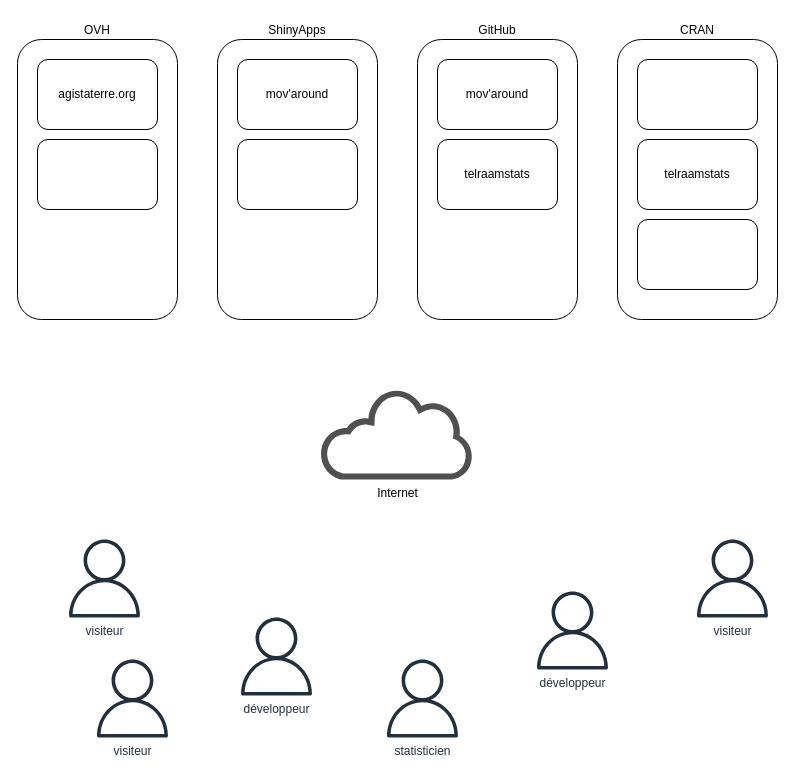
timlegrand/attarchi keeps this draw.io diagram as Diagramme sans nom.drawio. Above is the earlier version. Source tidied: cells renumbered, new cells numbered last; positions are measured from the earlier drawing's top-left corner, leaving out a move shared by most shapes. Both pictures are drawn from the tidied source at 100%, with x=0, y=0 at pixel (17, 39).
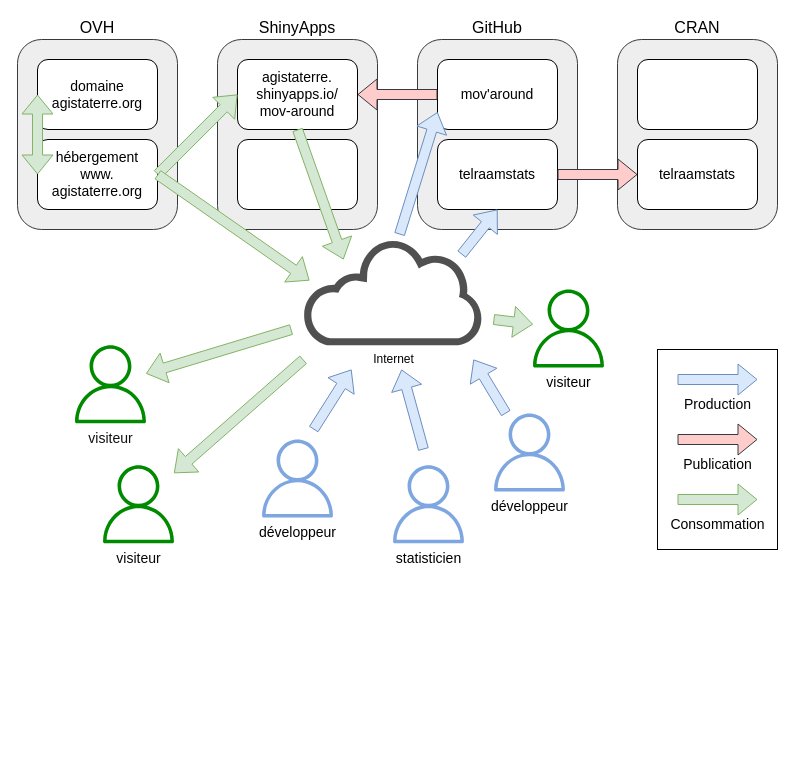
After the change.

Commit message:
Mettre à jour Diagramme sans nom.drawio

The edit, as a diff of the source:
```diff
@@
+    <mxCell id="22" style="rounded=0;whiteSpace=wrap;html=1;fillColor=none;" parent="1" vertex="1">
+      <mxGeometry x="640" y="310" width="120" height="200" as="geometry" />
+    </mxCell>
-    <mxCell id="2" value="CRAN" style="rounded=1;whiteSpace=wrap;html=1;labelPosition=center;verticalLabelPosition=top;align=center;verticalAlign=bottom;" parent="1" vertex="1">
-      <mxGeometry x="600" width="160" height="280" as="geometry" />
+    <mxCell id="2" value="CRAN" style="rounded=1;whiteSpace=wrap;html=1;labelPosition=center;verticalLabelPosition=top;align=center;verticalAlign=bottom;fillColor=#eeeeee;strokeColor=#36393d;fontSize=16;" parent="1" vertex="1">
+      <mxGeometry x="600" width="160" height="190" as="geometry" />
     </mxCell>
     <mxCell id="3" value="Internet" style="sketch=0;shadow=0;dashed=0;html=1;strokeColor=none;fillColor=#505050;labelPosition=center;verticalLabelPosition=bottom;verticalAlign=top;align=center;shape=mxgraph.office.clouds.cloud;" parent="1" vertex="1">
-      <mxGeometry x="303" y="350" width="153.8" height="90" as="geometry" />
+      <mxGeometry x="286" y="200" width="180.8" height="105.8" as="geometry" />
     </mxCell>
@@
-    <mxCell id="5" value="telraamstats" style="rounded=1;whiteSpace=wrap;html=1;" parent="1" vertex="1">
+    <mxCell id="5" value="telraamstats" style="rounded=1;whiteSpace=wrap;html=1;fontSize=14;" parent="1" vertex="1">
       <mxGeometry x="620" y="100" width="120" height="70" as="geometry" />
     </mxCell>
-    <mxCell id="6" value="GitHub" style="rounded=1;whiteSpace=wrap;html=1;labelPosition=center;verticalLabelPosition=top;align=center;verticalAlign=bottom;" parent="1" vertex="1">
-      <mxGeometry x="400" width="160" height="280" as="geometry" />
+    <mxCell id="6" value="GitHub" style="rounded=1;whiteSpace=wrap;html=1;labelPosition=center;verticalLabelPosition=top;align=center;verticalAlign=bottom;fillColor=#eeeeee;strokeColor=#36393d;fontSize=16;" parent="1" vertex="1">
+      <mxGeometry x="400" width="160" height="190" as="geometry" />
     </mxCell>
-    <mxCell id="7" value="mov'around" style="rounded=1;whiteSpace=wrap;html=1;" parent="1" vertex="1">
+    <mxCell id="7" value="mov'around" style="rounded=1;whiteSpace=wrap;html=1;fontSize=14;" parent="1" vertex="1">
       <mxGeometry x="420" y="20" width="120" height="70" as="geometry" />
     </mxCell>
-    <mxCell id="8" value="telraamstats" style="rounded=1;whiteSpace=wrap;html=1;" parent="1" vertex="1">
+    <mxCell id="8" value="telraamstats" style="rounded=1;whiteSpace=wrap;html=1;fontSize=14;" parent="1" vertex="1">
       <mxGeometry x="420" y="100" width="120" height="70" as="geometry" />
     </mxCell>
-    <mxCell id="9" value="ShinyApps" style="rounded=1;whiteSpace=wrap;html=1;labelPosition=center;verticalLabelPosition=top;align=center;verticalAlign=bottom;" parent="1" vertex="1">
-      <mxGeometry x="200" width="160" height="280" as="geometry" />
+    <mxCell id="9" value="ShinyApps" style="rounded=1;whiteSpace=wrap;html=1;labelPosition=center;verticalLabelPosition=top;align=center;verticalAlign=bottom;fillColor=#eeeeee;strokeColor=#36393d;fontSize=16;" parent="1" vertex="1">
+      <mxGeometry x="200" width="160" height="190" as="geometry" />
     </mxCell>
-    <mxCell id="10" value="mov'around" style="rounded=1;whiteSpace=wrap;html=1;" parent="1" vertex="1">
+    <mxCell id="10" value="agistaterre.&lt;br&gt;shinyapps.io/&lt;br&gt;mov-around" style="rounded=1;whiteSpace=wrap;html=1;fontSize=14;" parent="1" vertex="1">
       <mxGeometry x="220" y="20" width="120" height="70" as="geometry" />
     </mxCell>
-    <mxCell id="11" style="rounded=1;whiteSpace=wrap;html=1;" parent="1" vertex="1">
+    <mxCell id="11" style="rounded=1;whiteSpace=wrap;html=1;fontSize=14;" parent="1" vertex="1">
       <mxGeometry x="220" y="100" width="120" height="70" as="geometry" />
     </mxCell>
-    <mxCell id="12" style="rounded=1;whiteSpace=wrap;html=1;" parent="1" vertex="1">
-      <mxGeometry x="620" y="180" width="120" height="70" as="geometry" />
-    </mxCell>
-    <mxCell id="13" value="OVH" style="rounded=1;whiteSpace=wrap;html=1;labelPosition=center;verticalLabelPosition=top;align=center;verticalAlign=bottom;" parent="1" vertex="1">
-      <mxGeometry width="160" height="280" as="geometry" />
+    <mxCell id="13" value="OVH" style="rounded=1;whiteSpace=wrap;html=1;labelPosition=center;verticalLabelPosition=top;align=center;verticalAlign=bottom;fillColor=#eeeeee;strokeColor=#36393d;fontSize=16;" parent="1" vertex="1">
+      <mxGeometry width="160" height="190" as="geometry" />
     </mxCell>
-    <mxCell id="14" value="agistaterre.org" style="rounded=1;whiteSpace=wrap;html=1;" parent="1" vertex="1">
+    <mxCell id="14" value="domaine&lt;br&gt;agistaterre.org" style="rounded=1;whiteSpace=wrap;html=1;fontSize=14;" parent="1" vertex="1">
       <mxGeometry x="20" y="20" width="120" height="70" as="geometry" />
     </mxCell>
-    <mxCell id="15" style="rounded=1;whiteSpace=wrap;html=1;" parent="1" vertex="1">
+    <mxCell id="15" value="hébergement&lt;br&gt;www.&lt;br&gt;agistaterre.org" style="rounded=1;whiteSpace=wrap;html=1;fontSize=14;" parent="1" vertex="1">
       <mxGeometry x="20" y="100" width="120" height="70" as="geometry" />
     </mxCell>
-    <mxCell id="16" value="visiteur" style="sketch=0;outlineConnect=0;fontColor=#232F3E;gradientColor=none;fillColor=#232F3D;strokeColor=none;dashed=0;verticalLabelPosition=bottom;verticalAlign=top;align=center;html=1;fontSize=12;fontStyle=0;shape=mxgraph.aws4.user;" parent="1" vertex="1">
-      <mxGeometry x="48" y="500" width="78" height="78" as="geometry" />
+    <mxCell id="16" value="visiteur" style="sketch=0;outlineConnect=0;fillColor=#008a00;strokeColor=#005700;dashed=0;verticalLabelPosition=bottom;verticalAlign=top;align=center;html=1;fontSize=14;fontStyle=0;shape=mxgraph.aws4.user;fontColor=#121212;" parent="1" vertex="1">
+      <mxGeometry x="54" y="305.8" width="78" height="78" as="geometry" />
     </mxCell>
-    <mxCell id="17" value="développeur" style="sketch=0;fontColor=#232F3E;gradientColor=none;fillColor=#232F3D;strokeColor=none;dashed=0;verticalLabelPosition=bottom;verticalAlign=top;align=center;html=1;fontSize=12;fontStyle=0;shape=mxgraph.aws4.user;" parent="1" vertex="1">
-      <mxGeometry x="220" y="578" width="78" height="78" as="geometry" />
+    <mxCell id="17" value="développeur" style="sketch=0;dashed=0;verticalLabelPosition=bottom;verticalAlign=top;align=center;html=1;fontSize=14;fontStyle=0;shape=mxgraph.aws4.user;fillColor=#7EA6E0;strokeColor=#6c8ebf;" parent="1" vertex="1">
+      <mxGeometry x="241" y="400" width="78" height="78" as="geometry" />
     </mxCell>
-    <mxCell id="18" value="visiteur" style="sketch=0;outlineConnect=0;fontColor=#232F3E;gradientColor=none;fillColor=#232F3D;strokeColor=none;dashed=0;verticalLabelPosition=bottom;verticalAlign=top;align=center;html=1;fontSize=12;fontStyle=0;shape=mxgraph.aws4.user;" parent="1" vertex="1">
-      <mxGeometry x="76" y="620" width="78" height="78" as="geometry" />
+    <mxCell id="18" value="visiteur" style="sketch=0;outlineConnect=0;fillColor=#008a00;strokeColor=#005700;dashed=0;verticalLabelPosition=bottom;verticalAlign=top;align=center;html=1;fontSize=14;fontStyle=0;shape=mxgraph.aws4.user;fontColor=#080808;" parent="1" vertex="1">
+      <mxGeometry x="82" y="425.8" width="78" height="78" as="geometry" />
     </mxCell>
-    <mxCell id="19" value="statisticien" style="sketch=0;fontColor=#232F3E;gradientColor=none;fillColor=#232F3D;strokeColor=none;dashed=0;verticalLabelPosition=bottom;verticalAlign=top;align=center;html=1;fontSize=12;fontStyle=0;shape=mxgraph.aws4.user;" parent="1" vertex="1">
-      <mxGeometry x="366" y="620" width="78" height="78" as="geometry" />
+    <mxCell id="19" value="statisticien" style="sketch=0;dashed=0;verticalLabelPosition=bottom;verticalAlign=top;align=center;html=1;fontSize=14;fontStyle=0;shape=mxgraph.aws4.user;fillColor=#7EA6E0;strokeColor=#6c8ebf;" parent="1" vertex="1">
+      <mxGeometry x="372" y="425.8" width="78" height="78" as="geometry" />
     </mxCell>
-    <mxCell id="20" value="développeur" style="sketch=0;outlineConnect=0;fontColor=#232F3E;gradientColor=none;fillColor=#232F3D;strokeColor=none;dashed=0;verticalLabelPosition=bottom;verticalAlign=top;align=center;html=1;fontSize=12;fontStyle=0;shape=mxgraph.aws4.user;" parent="1" vertex="1">
-      <mxGeometry x="516" y="552" width="78" height="78" as="geometry" />
+    <mxCell id="20" value="développeur" style="sketch=0;outlineConnect=0;dashed=0;verticalLabelPosition=bottom;verticalAlign=top;align=center;html=1;fontSize=14;fontStyle=0;shape=mxgraph.aws4.user;fillColor=#7EA6E0;strokeWidth=1;shadow=0;strokeColor=#6c8ebf;" parent="1" vertex="1">
+      <mxGeometry x="473" y="374" width="78" height="78" as="geometry" />
     </mxCell>
-    <mxCell id="21" value="visiteur" style="sketch=0;outlineConnect=0;fontColor=#232F3E;gradientColor=none;fillColor=#232F3D;strokeColor=none;dashed=0;verticalLabelPosition=bottom;verticalAlign=top;align=center;html=1;fontSize=12;fontStyle=0;shape=mxgraph.aws4.user;" parent="1" vertex="1">
-      <mxGeometry x="676" y="500" width="78" height="78" as="geometry" />
+    <mxCell id="21" value="visiteur" style="sketch=0;outlineConnect=0;fillColor=#008a00;strokeColor=#005700;dashed=0;verticalLabelPosition=bottom;verticalAlign=top;align=center;html=1;fontSize=14;fontStyle=0;shape=mxgraph.aws4.user;fontColor=#000000;" parent="1" vertex="1">
+      <mxGeometry x="512" y="250" width="78" height="78" as="geometry" />
     </mxCell>
+    <mxCell id="23" style="shape=flexArrow;endArrow=classic;html=1;rounded=0;exitX=0;exitY=0.5;exitDx=0;exitDy=0;entryX=1;entryY=0.5;entryDx=0;entryDy=0;fillColor=#ffcccc;strokeColor=#36393d;" parent="1" edge="1" source="7" target="10">
+      <mxGeometry relative="1" as="geometry" />
+    </mxCell>
+    <mxCell id="24" style="shape=flexArrow;endArrow=classic;html=1;rounded=0;fillColor=#dae8fc;strokeColor=#6c8ebf;fontSize=14;" parent="1" edge="1" source="20">
+      <mxGeometry relative="1" as="geometry">
+        <mxPoint x="456" y="320" as="targetPoint" />
+      </mxGeometry>
+    </mxCell>
+    <mxCell id="25" style="shape=flexArrow;endArrow=classic;html=1;rounded=0;fillColor=#dae8fc;strokeColor=#6c8ebf;fontSize=14;" parent="1" edge="1">
+      <mxGeometry relative="1" as="geometry">
+        <mxPoint x="296" y="390" as="sourcePoint" />
+        <mxPoint x="334" y="330" as="targetPoint" />
+      </mxGeometry>
+    </mxCell>
+    <mxCell id="26" style="shape=flexArrow;endArrow=classic;html=1;rounded=0;fillColor=#dae8fc;strokeColor=#6c8ebf;fontSize=14;" parent="1" edge="1">
+      <mxGeometry relative="1" as="geometry">
+        <mxPoint x="406" y="410" as="sourcePoint" />
+        <mxPoint x="384" y="330" as="targetPoint" />
+      </mxGeometry>
+    </mxCell>
+    <mxCell id="27" style="shape=flexArrow;endArrow=classic;html=1;rounded=0;fillColor=#dae8fc;strokeColor=#6c8ebf;entryX=0.5;entryY=1;entryDx=0;entryDy=0;" parent="1" edge="1" target="8">
+      <mxGeometry relative="1" as="geometry">
+        <mxPoint x="444" y="215" as="sourcePoint" />
+      </mxGeometry>
+    </mxCell>
+    <mxCell id="28" style="shape=flexArrow;endArrow=classic;html=1;rounded=0;fillColor=#dae8fc;strokeColor=#6c8ebf;entryX=0;entryY=0.75;entryDx=0;entryDy=0;" parent="1" edge="1" target="7">
+      <mxGeometry relative="1" as="geometry">
+        <mxPoint x="382" y="195" as="sourcePoint" />
+      </mxGeometry>
+    </mxCell>
+    <mxCell id="29" style="shape=flexArrow;endArrow=classic;html=1;rounded=0;exitX=0.5;exitY=1;exitDx=0;exitDy=0;fillColor=#d5e8d4;strokeColor=#82b366;" parent="1" edge="1" source="10">
+      <mxGeometry relative="1" as="geometry">
+        <mxPoint x="326" y="220" as="targetPoint" />
+      </mxGeometry>
+    </mxCell>
+    <mxCell id="30" style="shape=flexArrow;endArrow=classic;html=1;rounded=0;fillColor=#d5e8d4;strokeColor=#82b366;fontSize=14;" parent="1" edge="1" target="16">
+      <mxGeometry relative="1" as="geometry">
+        <mxPoint x="274" y="290" as="sourcePoint" />
+      </mxGeometry>
+    </mxCell>
+    <mxCell id="31" style="shape=flexArrow;endArrow=classic;html=1;rounded=0;fillColor=#d5e8d4;strokeColor=#82b366;fontSize=14;" parent="1" edge="1" target="18">
+      <mxGeometry relative="1" as="geometry">
+        <mxPoint x="286" y="320" as="sourcePoint" />
+      </mxGeometry>
+    </mxCell>
+    <mxCell id="32" style="shape=flexArrow;endArrow=classic;html=1;rounded=0;fillColor=#d5e8d4;strokeColor=#82b366;fontSize=14;" parent="1" edge="1" target="21">
+      <mxGeometry relative="1" as="geometry">
+        <mxPoint x="476" y="280" as="sourcePoint" />
+      </mxGeometry>
+    </mxCell>
+    <mxCell id="33" value="Publication" style="shape=flexArrow;endArrow=classic;html=1;rounded=0;exitX=1;exitY=0.5;exitDx=0;exitDy=0;entryX=0;entryY=0.5;entryDx=0;entryDy=0;fillColor=#ffcccc;strokeColor=#36393d;verticalAlign=top;labelPosition=center;verticalLabelPosition=bottom;align=center;spacingTop=10;fontSize=14;" parent="1" edge="1">
+      <mxGeometry relative="1" as="geometry">
+        <mxPoint x="660" y="400" as="sourcePoint" />
+        <mxPoint x="740" y="400" as="targetPoint" />
+      </mxGeometry>
+    </mxCell>
+    <mxCell id="34" value="Consommation" style="shape=flexArrow;endArrow=classic;html=1;rounded=0;exitX=1;exitY=0.5;exitDx=0;exitDy=0;entryX=0;entryY=0.5;entryDx=0;entryDy=0;fillColor=#d5e8d4;strokeColor=#82b366;verticalAlign=top;labelPosition=center;verticalLabelPosition=bottom;align=center;spacingTop=10;fontSize=14;" parent="1" edge="1">
+      <mxGeometry relative="1" as="geometry">
+        <mxPoint x="660" y="460" as="sourcePoint" />
+        <mxPoint x="740" y="460" as="targetPoint" />
+      </mxGeometry>
+    </mxCell>
+    <mxCell id="35" value="Production" style="shape=flexArrow;endArrow=classic;html=1;rounded=0;exitX=1;exitY=0.5;exitDx=0;exitDy=0;entryX=0;entryY=0.5;entryDx=0;entryDy=0;fillColor=#dae8fc;strokeColor=#6c8ebf;verticalAlign=top;labelPosition=center;verticalLabelPosition=bottom;align=center;spacingTop=10;fontSize=14;" parent="1" edge="1">
+      <mxGeometry relative="1" as="geometry">
+        <mxPoint x="660" y="340" as="sourcePoint" />
+        <mxPoint x="740" y="340" as="targetPoint" />
+      </mxGeometry>
+    </mxCell>
+    <mxCell id="36" style="shape=flexArrow;endArrow=classic;html=1;rounded=0;exitX=1;exitY=0.5;exitDx=0;exitDy=0;entryX=0;entryY=0.5;entryDx=0;entryDy=0;fillColor=#ffcccc;strokeColor=#36393d;" parent="1" edge="1" source="8" target="5">
+      <mxGeometry relative="1" as="geometry" />
+    </mxCell>
+    <mxCell id="37" style="shape=flexArrow;endArrow=classic;startArrow=classic;html=1;rounded=0;fillColor=#d5e8d4;strokeColor=#82b366;exitX=0;exitY=0.5;exitDx=0;exitDy=0;entryX=0;entryY=0.5;entryDx=0;entryDy=0;" parent="1" edge="1" source="14" target="15">
+      <mxGeometry relative="1" as="geometry" />
+    </mxCell>
+    <mxCell id="38" style="shape=flexArrow;endArrow=classic;html=1;rounded=0;fillColor=#d5e8d4;strokeColor=#82b366;fontSize=14;entryX=0;entryY=0.5;entryDx=0;entryDy=0;exitX=1;exitY=0.5;exitDx=0;exitDy=0;" parent="1" edge="1" source="15" target="10">
+      <mxGeometry relative="1" as="geometry" />
+    </mxCell>
+    <mxCell id="39" style="shape=flexArrow;endArrow=classic;html=1;rounded=0;fillColor=#d5e8d4;strokeColor=#82b366;fontSize=14;exitX=1;exitY=0.5;exitDx=0;exitDy=0;" parent="1" edge="1" source="15">
+      <mxGeometry relative="1" as="geometry">
+        <mxPoint x="292" y="241" as="targetPoint" />
+      </mxGeometry>
+    </mxCell>
```
